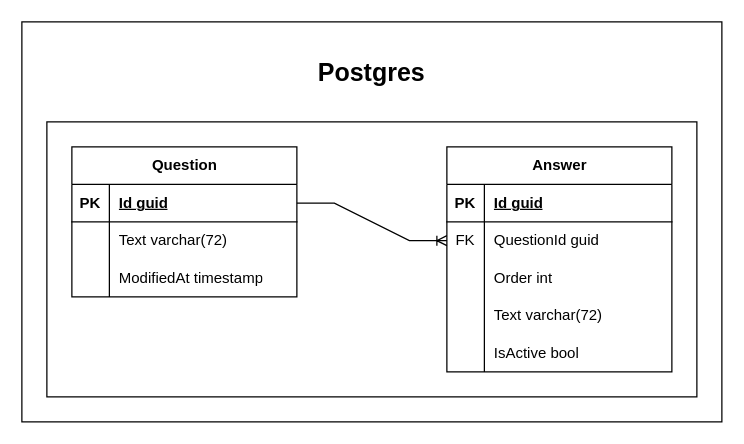
tymoteusz-merito-80350/merito.quiz keeps this draw.io diagram as diagrams/erd.drawio. Above is the earlier version. Source tidied: cells renumbered, new cells numbered last; positions are measured from the earlier drawing's top-left corner, leaving out a move shared by most shapes. Both pictures are drawn from the tidied source at 125%, with x=0, y=0 at pixel (21, 21).
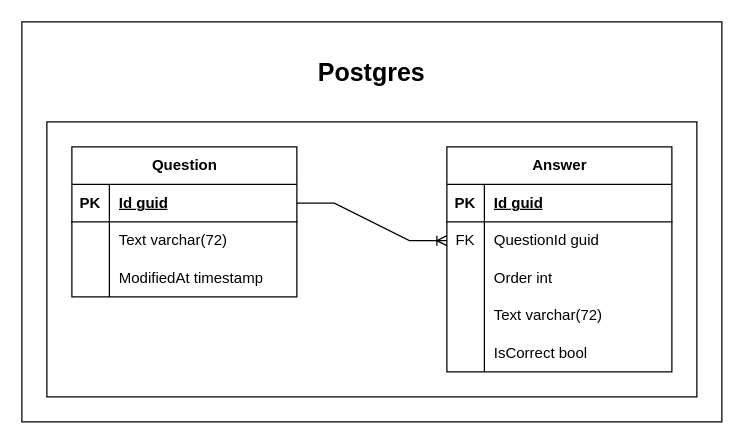
The same page after the edit.

Unchanged cells that the change refers to:
```xml
<mxCell id="28" style="shape=tableRow;horizontal=0;startSize=0;swimlaneHead=0;swimlaneBody=0;fillColor=none;top=0;left=0;right=0;bottom=0;" parent="15" vertex="1">
  <mxGeometry y="150" width="180" height="30" as="geometry" />
</mxCell>
```

The edit, as a diff of the source:
```diff
@@
-    <mxCell id="30" value="IsActive bool" style="shape=partialRectangle;fillColor=none;top=0;left=0;bottom=0;right=0;align=left;spacingLeft=6;overflow=hidden;whiteSpace=wrap;html=1;" parent="28" vertex="1">
+    <mxCell id="30" value="IsCorrect&lt;span style=&quot;background-color: transparent; color: light-dark(rgb(0, 0, 0), rgb(255, 255, 255));&quot;&gt;&amp;nbsp;bool&lt;/span&gt;" style="shape=partialRectangle;fillColor=none;top=0;left=0;bottom=0;right=0;align=left;spacingLeft=6;overflow=hidden;whiteSpace=wrap;html=1;" parent="28" vertex="1">
       <mxGeometry x="30" width="150" height="30" as="geometry" />
     </mxCell>
```
